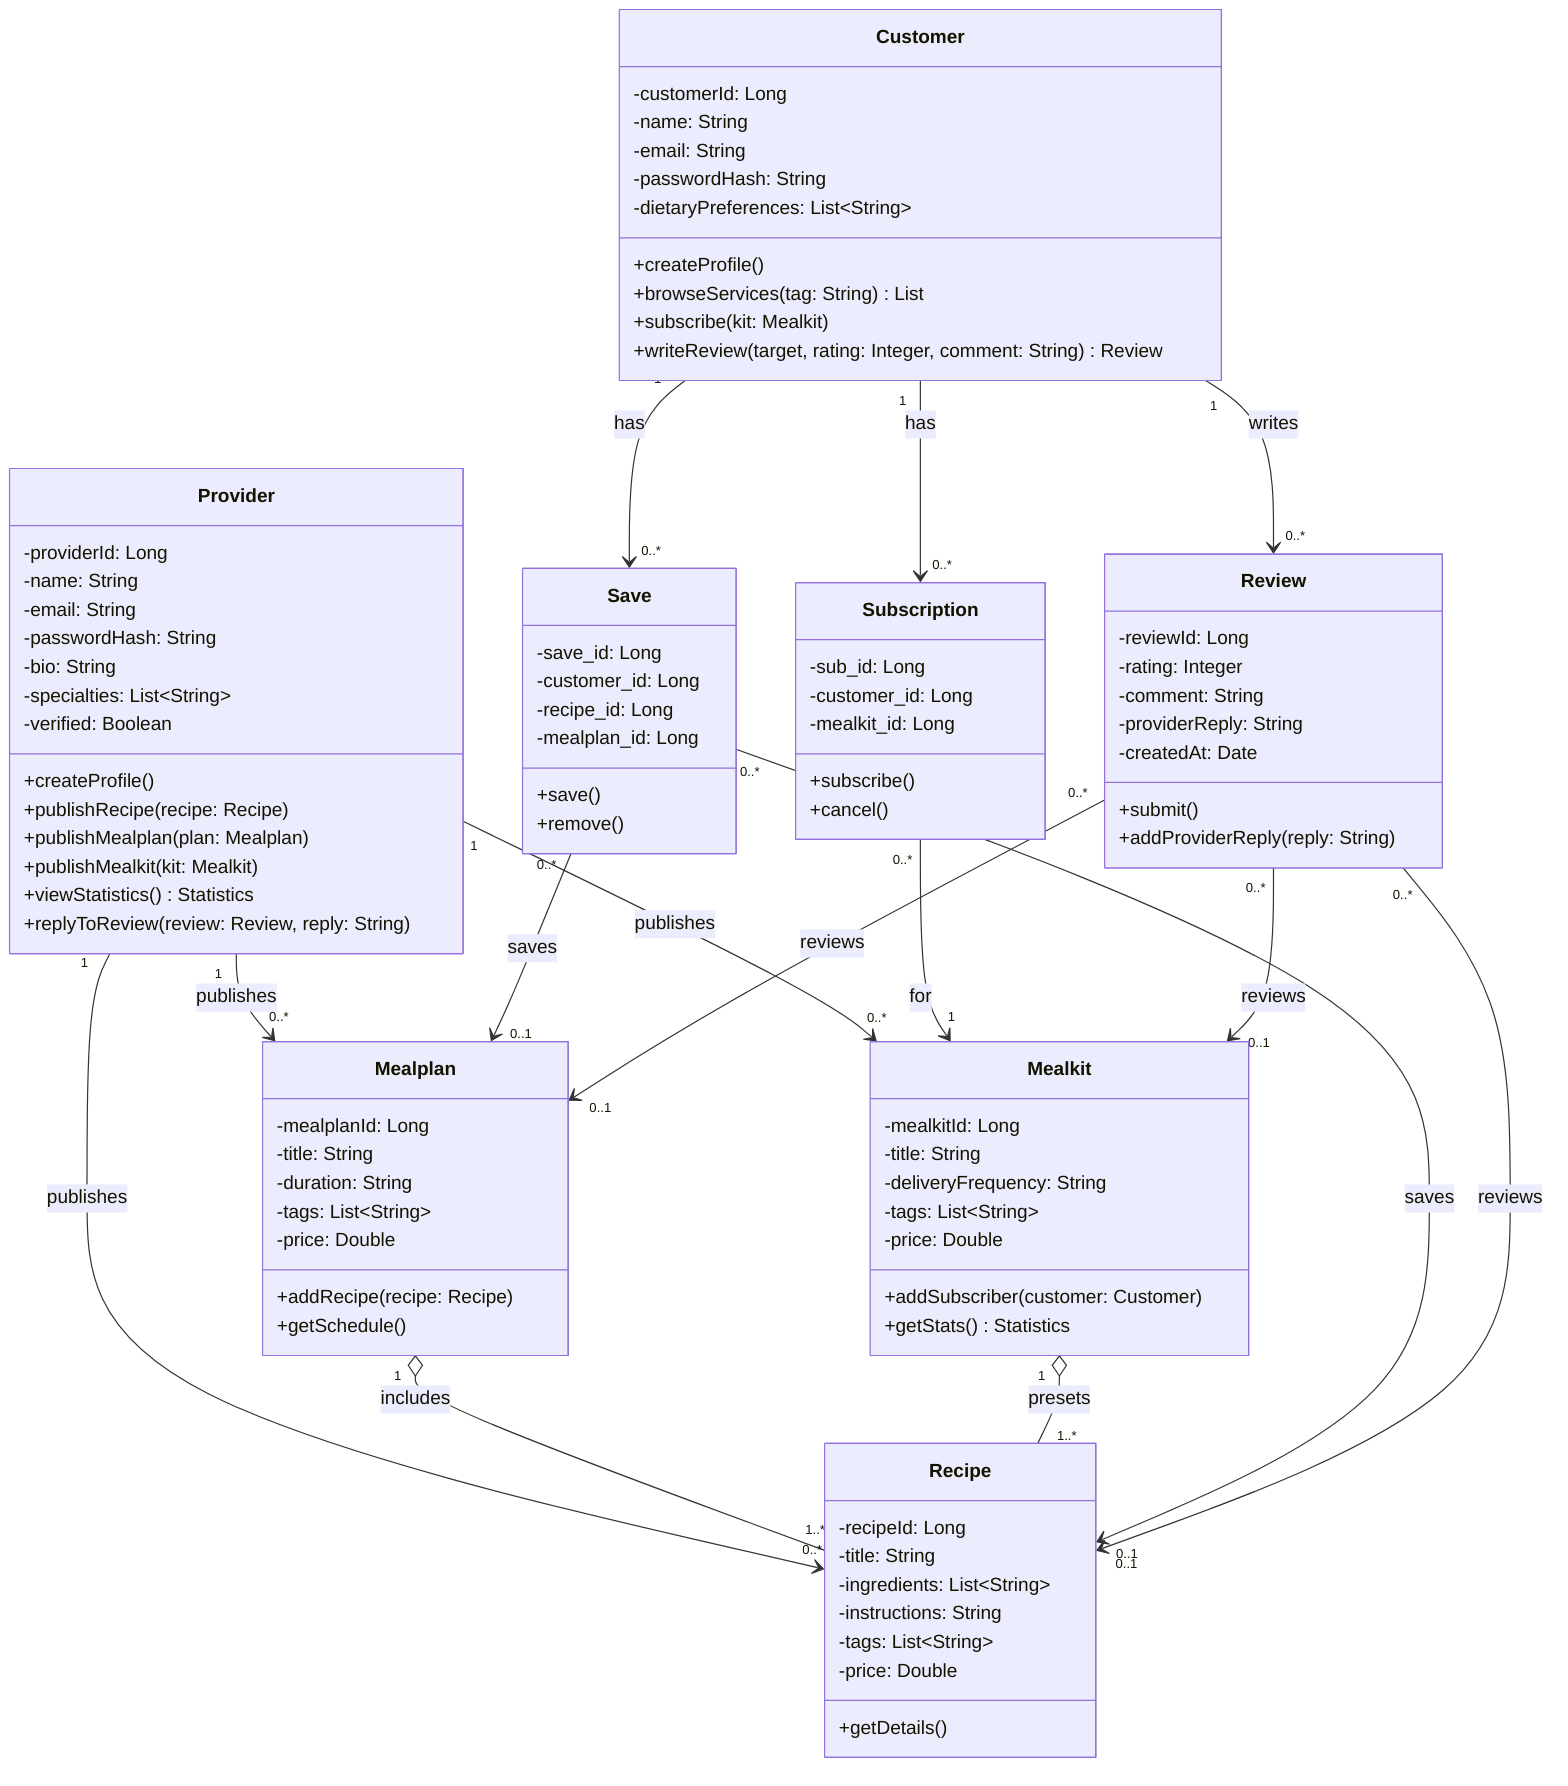
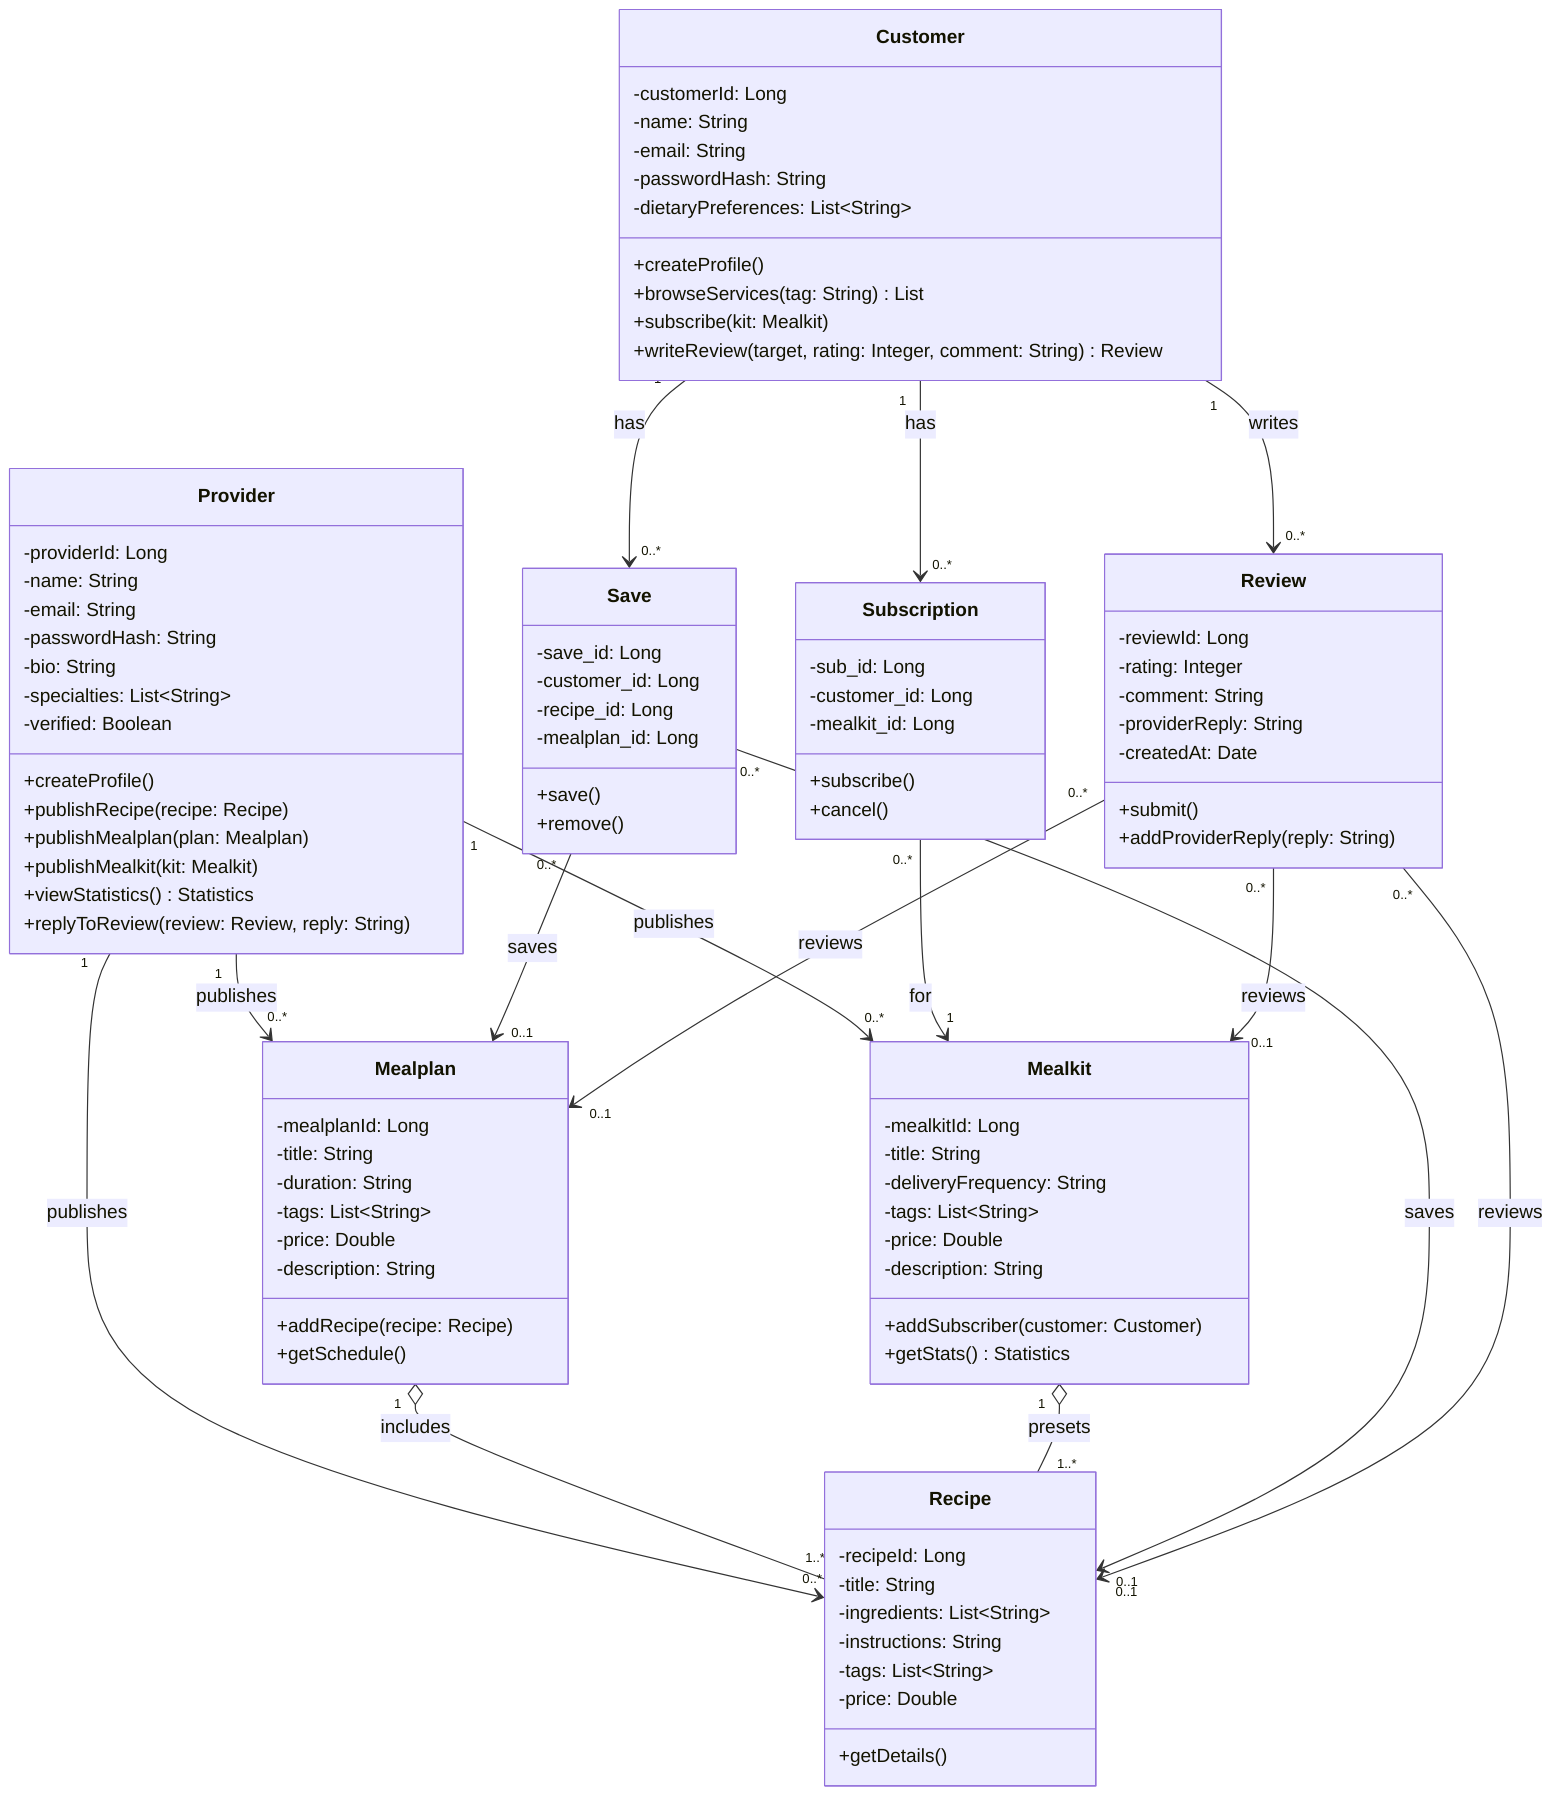
classDiagram
    class Provider {
        -providerId: Long
        -name: String
        -email: String
        -passwordHash: String
        -bio: String
        -specialties: List~String~
        -verified: Boolean
        +createProfile()
        +publishRecipe(recipe: Recipe)
        +publishMealplan(plan: Mealplan)
        +publishMealkit(kit: Mealkit)
        +viewStatistics() Statistics
        +replyToReview(review: Review, reply: String)
    }

    class Customer {
        -customerId: Long
        -name: String
        -email: String
        -passwordHash: String
        -dietaryPreferences: List~String~
        +createProfile()
        +browseServices(tag: String) List
        +subscribe(kit: Mealkit)
        +writeReview(target, rating: Integer, comment: String) Review
    }

    class Recipe {
        -recipeId: Long
        -title: String
        -ingredients: List~String~
        -instructions: String
        -tags: List~String~
        -price: Double
        +getDetails()
    }

    class Mealplan {
        -mealplanId: Long
        -title: String
        -duration: String
        -tags: List~String~
        -price: Double
+         -description: String
        +addRecipe(recipe: Recipe)
        +getSchedule()
    }

    class Mealkit {
        -mealkitId: Long
        -title: String
        -deliveryFrequency: String
        -tags: List~String~
        -price: Double
+         -description: String
        +addSubscriber(customer: Customer)
        +getStats() Statistics
    }

    class Review {
        -reviewId: Long
        -rating: Integer
        -comment: String
        -providerReply: String
        -createdAt: Date
        +submit()
        +addProviderReply(reply: String)
    }

    class Subscription {
        -sub_id: Long
        -customer_id: Long
        -mealkit_id: Long
        +subscribe()
        +cancel()
    }

    class Save {
        -save_id: Long
        -customer_id: Long
        -recipe_id: Long
        -mealplan_id: Long
        +save()
        +remove()
    }

    Provider "1" --> "0..*" Recipe : publishes
    Provider "1" --> "0..*" Mealplan : publishes
    Provider "1" --> "0..*" Mealkit : publishes

    Mealplan "1" o-- "1..*" Recipe : includes
    Mealkit "1" o-- "1..*" Recipe : presets

    Customer "1" --> "0..*" Review : writes
    Customer "1" --> "0..*" Subscription : has
    Subscription "0..*" --> "1" Mealkit : for

    Customer "1" --> "0..*" Save : has
    Save "0..*" --> "0..1" Recipe : saves
    Save "0..*" --> "0..1" Mealplan : saves

    Review "0..*" --> "0..1" Recipe : reviews
    Review "0..*" --> "0..1" Mealplan : reviews
    Review "0..*" --> "0..1" Mealkit : reviews
